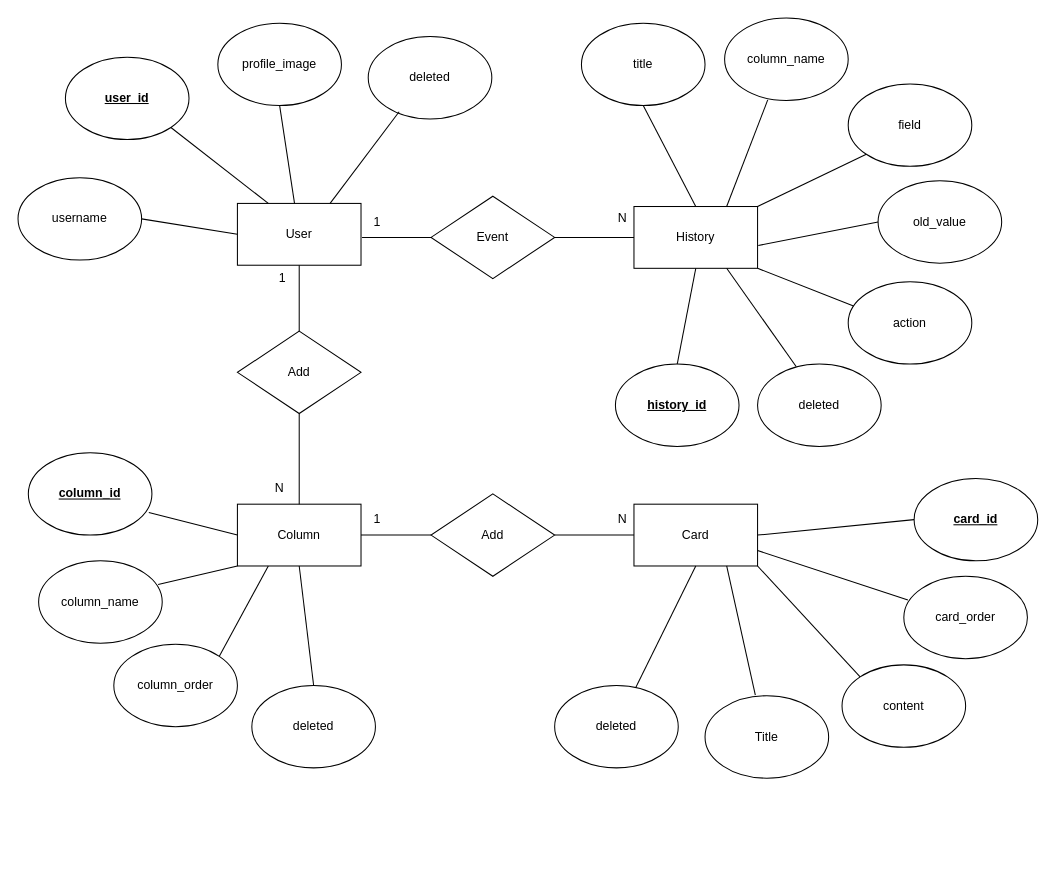
The draw.io diagram page "ER-diagram" (1 of 3) of backend/diagram.drawio in codesquad-members-2022/todo-list, before the edit. Source tidied: cells renumbered, new cells numbered last; positions are measured from the earlier drawing's top-left corner, leaving out a move shared by most shapes. Both pictures are drawn from the tidied source at 103%, with x=0, y=0 at pixel (18, 18).
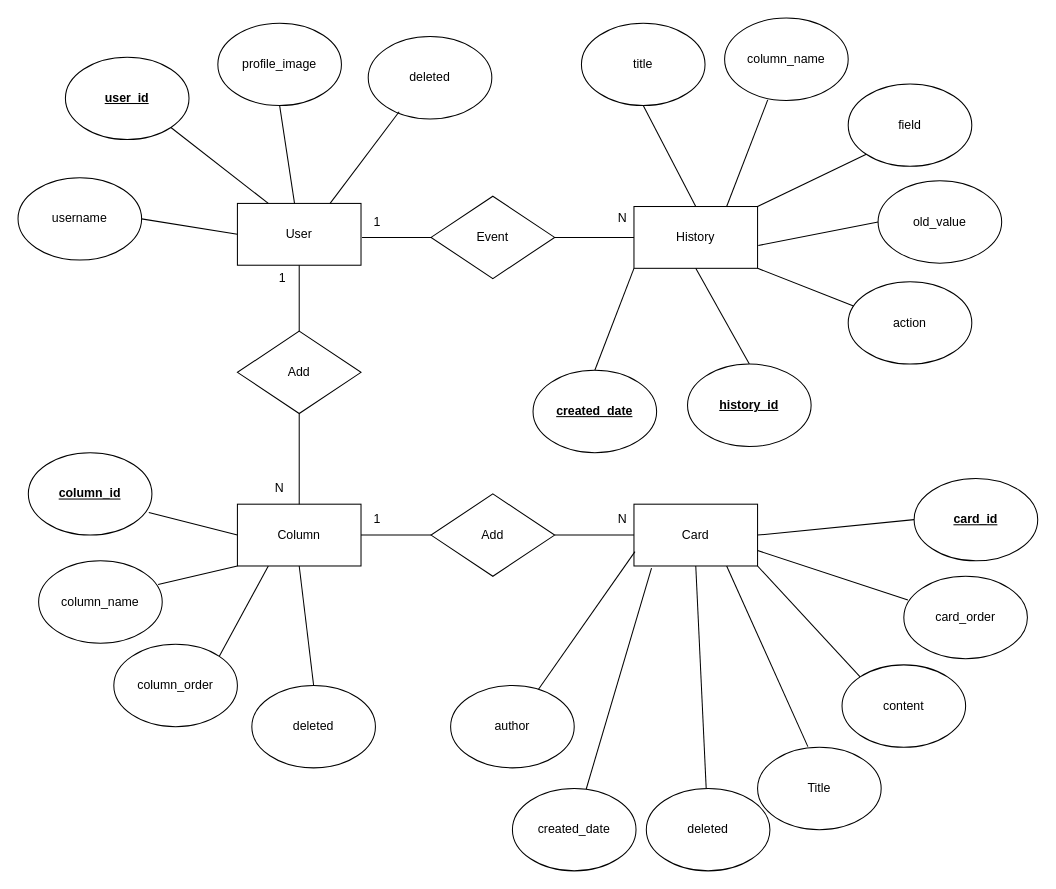
Above is the later version.

The change refers to these unchanged cells:
```xml
<mxCell id="3" value="Card" style="rounded=0;whiteSpace=wrap;html=1;" parent="1" vertex="1">
  <mxGeometry x="598" y="472" width="120" height="60" as="geometry" />
</mxCell>
<mxCell id="10" value="History" style="rounded=0;whiteSpace=wrap;html=1;" parent="1" vertex="1">
  <mxGeometry x="598" y="183" width="120" height="60" as="geometry" />
</mxCell>
```

What changed in the source:
```diff
@@
     <mxCell id="22" value="Title" style="ellipse;whiteSpace=wrap;html=1;" parent="1" vertex="1">
-      <mxGeometry x="667" y="658" width="120" height="80" as="geometry" />
+      <mxGeometry x="718" y="708" width="120" height="80" as="geometry" />
     </mxCell>
@@
-    <mxCell id="49" value="deleted" style="ellipse;whiteSpace=wrap;html=1;" parent="1" vertex="1">
-      <mxGeometry x="718" y="336" width="120" height="80" as="geometry" />
-    </mxCell>
-    <mxCell id="50" style="endArrow=none;html=1;rounded=0;entryX=0.312;entryY=0.029;entryDx=0;entryDy=0;entryPerimeter=0;exitX=0.75;exitY=1;exitDx=0;exitDy=0;" parent="1" edge="1" source="10" target="49">
-      <mxGeometry relative="1" as="geometry" />
-    </mxCell>
     <mxCell id="51" value="deleted" style="ellipse;whiteSpace=wrap;html=1;" parent="1" vertex="1">
-      <mxGeometry x="521" y="648" width="120" height="80" as="geometry" />
+      <mxGeometry x="610" y="748" width="120" height="80" as="geometry" />
     </mxCell>
@@
     <mxCell id="55" value="&lt;u&gt;&lt;b&gt;history_id&lt;/b&gt;&lt;/u&gt;" style="ellipse;whiteSpace=wrap;html=1;" parent="1" vertex="1">
-      <mxGeometry x="580" y="336" width="120" height="80" as="geometry" />
+      <mxGeometry x="650" y="336" width="120" height="80" as="geometry" />
     </mxCell>
@@
+    <mxCell id="61" value="created_date" style="ellipse;whiteSpace=wrap;html=1;" parent="1" vertex="1">
+      <mxGeometry x="480" y="748" width="120" height="80" as="geometry" />
+    </mxCell>
+    <mxCell id="62" style="endArrow=none;html=1;rounded=0;entryX=0.142;entryY=1.033;entryDx=0;entryDy=0;entryPerimeter=0;" parent="1" edge="1" source="61" target="3">
+      <mxGeometry relative="1" as="geometry" />
+    </mxCell>
+    <mxCell id="63" value="author" style="ellipse;whiteSpace=wrap;html=1;" parent="1" vertex="1">
+      <mxGeometry x="420" y="648" width="120" height="80" as="geometry" />
+    </mxCell>
+    <mxCell id="64" style="endArrow=none;html=1;rounded=0;entryX=0.008;entryY=0.767;entryDx=0;entryDy=0;entryPerimeter=0;" parent="1" edge="1" source="63" target="3">
+      <mxGeometry relative="1" as="geometry" />
+    </mxCell>
+    <mxCell id="65" value="&lt;u&gt;&lt;b&gt;created_date&lt;/b&gt;&lt;/u&gt;" style="ellipse;whiteSpace=wrap;html=1;" parent="1" vertex="1">
+      <mxGeometry x="500" y="342" width="120" height="80" as="geometry" />
+    </mxCell>
+    <mxCell id="66" style="endArrow=none;html=1;rounded=0;entryX=0;entryY=1;entryDx=0;entryDy=0;exitX=0.5;exitY=0;exitDx=0;exitDy=0;" parent="1" edge="1" source="65" target="10">
+      <mxGeometry relative="1" as="geometry" />
+    </mxCell>
```
